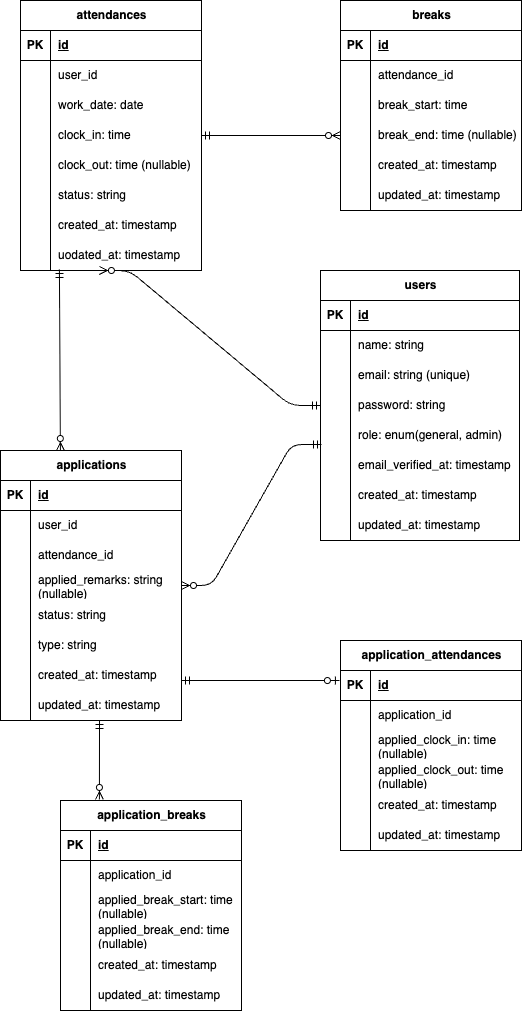
Above: ER.drawio.png in Yumi-86/Attendance-Management (draw.io), before the change. Source tidied: cells renumbered, new cells last; positions are measured from the earlier drawing's top-left corner, leaving out a move shared by most shapes.
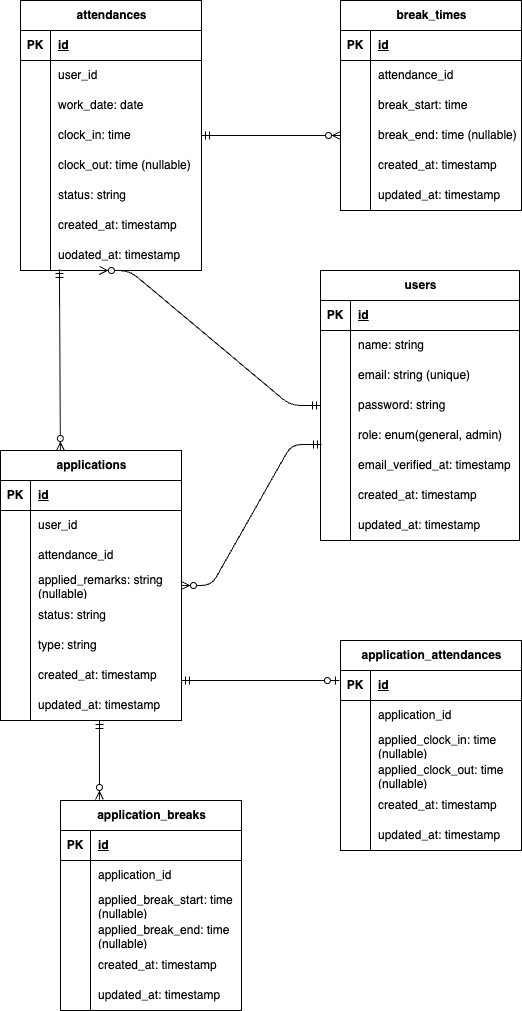
The same file after the commit.

What changed in the source:
```diff
@@ -2,7 +2,7 @@
   <root>
     <mxCell id="0" />
     <mxCell id="1" parent="0" />
-    <mxCell id="2" value="breaks" style="shape=table;startSize=30;rowLines=0;fontStyle=1;align=center;html=1;" parent="1" vertex="1">
+    <mxCell id="2" value="break_times" style="shape=table;startSize=30;rowLines=0;fontStyle=1;align=center;html=1;" parent="1" vertex="1">
       <mxGeometry x="340" width="181" height="210" as="geometry" />
     </mxCell>
     <mxCell id="3" style="shape=tableRow;horizontal=0;startSize=0;swimlaneHead=0;swimlaneBody=0;fillColor=none;top=0;left=0;right=0;bottom=1;" parent="2" vertex="1">
```
